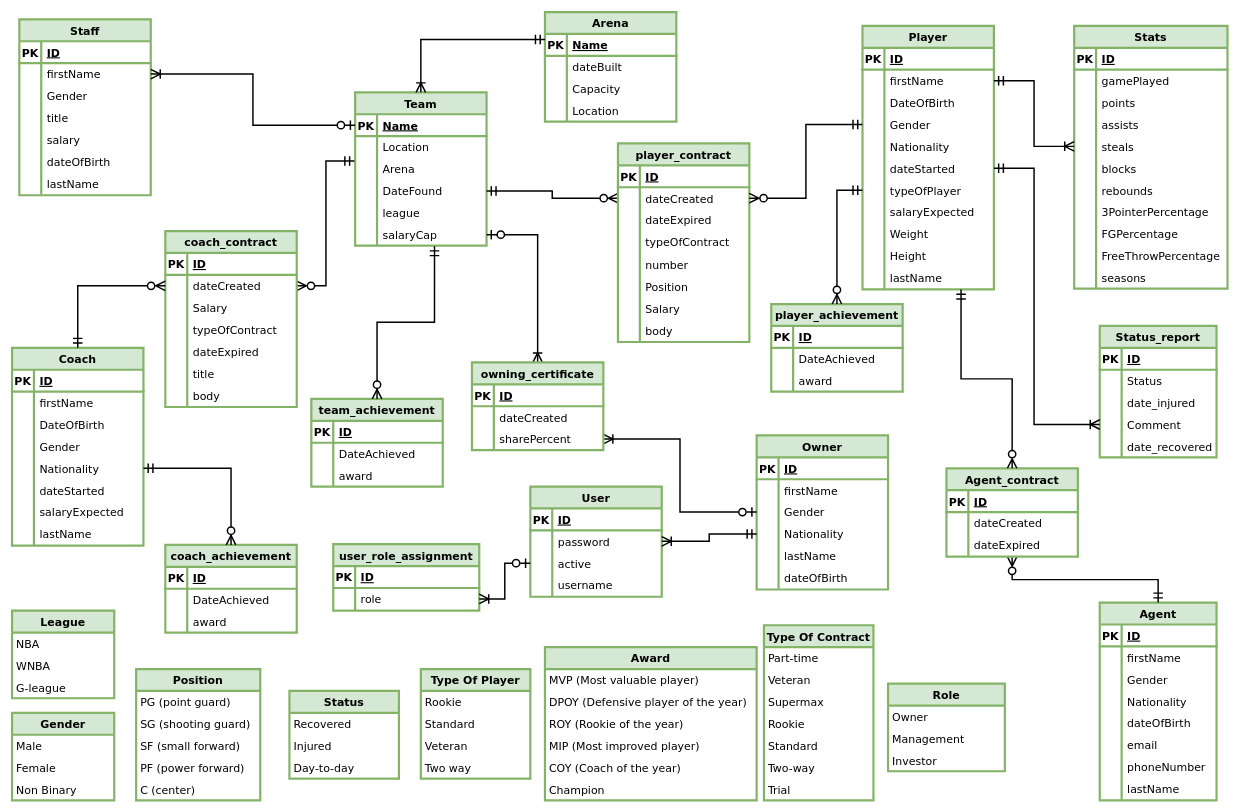
nvat96/basketballTeamManagement keeps this draw.io diagram as Basketball Team Management.drawio. Above is the earlier version. Source tidied: cells renumbered, new cells numbered last; positions are measured from the earlier drawing's top-left corner, leaving out a move shared by most shapes. Both pictures are drawn from the tidied source at 73%, with x=0, y=0 at pixel (12, 12).
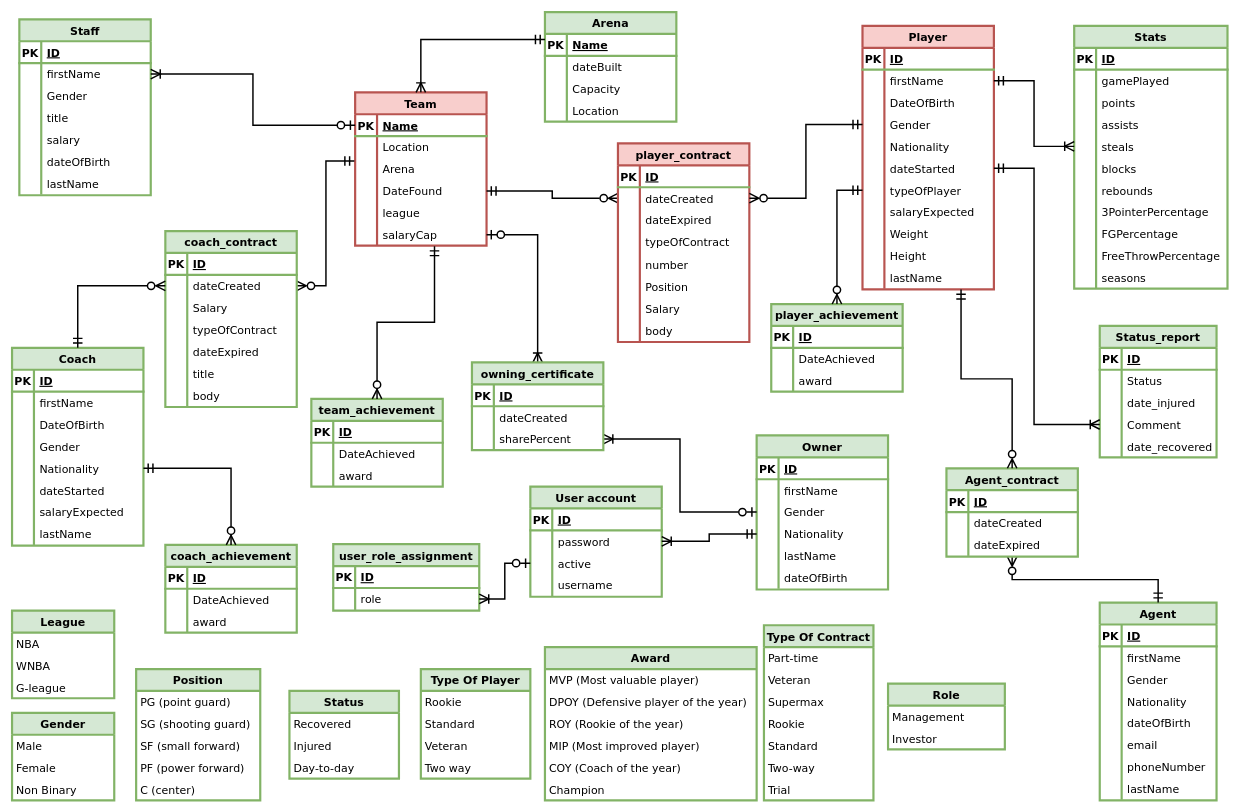
Above is the later version.

The edit, as a diff of the source:
```diff
@@
-    <mxCell id="2" value="Team" style="shape=table;startSize=30;childLayout=tableLayout;rowLines=0;fontStyle=1;align=center;rounded=0;fontFamily=Verdana;fontSize=15;fontColor=default;strokeColor=#82b366;strokeWidth=3;fillColor=#d5e8d4;swimlaneLine=1;shadow=0;sketch=0;" parent="1" vertex="1">
+    <mxCell id="2" value="Team" style="shape=table;startSize=30;childLayout=tableLayout;rowLines=0;fontStyle=1;align=center;rounded=0;fontFamily=Verdana;fontSize=15;strokeColor=#b85450;strokeWidth=3;fillColor=#f8cecc;swimlaneLine=1;shadow=0;sketch=0;" parent="1" vertex="1">
       <mxGeometry x="470" y="110" width="180" height="210" as="geometry" />
     </mxCell>
@@
-    <mxCell id="21" value="Player" style="shape=table;startSize=30;childLayout=tableLayout;rowLines=0;fontStyle=1;align=center;rounded=0;shadow=0;sketch=0;fontFamily=Verdana;fontSize=15;fontColor=default;strokeColor=#82b366;strokeWidth=3;fillColor=#d5e8d4;" parent="1" vertex="1">
+    <mxCell id="21" value="Player" style="shape=table;startSize=30;childLayout=tableLayout;rowLines=0;fontStyle=1;align=center;rounded=0;shadow=0;sketch=0;fontFamily=Verdana;fontSize=15;strokeColor=#b85450;strokeWidth=3;fillColor=#f8cecc;" parent="1" vertex="1">
       <mxGeometry x="1165" y="19" width="180" height="361" as="geometry" />
     </mxCell>
@@
-    <mxCell id="269" value="player_contract" style="shape=table;startSize=30;childLayout=tableLayout;rowLines=0;fontStyle=1;align=center;rounded=0;shadow=0;sketch=0;fontFamily=Verdana;fontSize=15;fontColor=default;strokeColor=#82b366;strokeWidth=3;fillColor=#d5e8d4;" parent="1" vertex="1">
+    <mxCell id="269" value="player_contract" style="shape=table;startSize=30;childLayout=tableLayout;rowLines=0;fontStyle=1;align=center;rounded=0;shadow=0;sketch=0;fontFamily=Verdana;fontSize=15;strokeColor=#b85450;strokeWidth=3;fillColor=#f8cecc;" parent="1" vertex="1">
       <mxGeometry x="830" y="180" width="180" height="272" as="geometry" />
     </mxCell>
@@
-    <mxCell id="344" value="User" style="shape=table;startSize=30;childLayout=tableLayout;rowLines=0;fontStyle=1;align=center;rounded=0;shadow=0;sketch=0;fontFamily=Verdana;fontSize=15;fontColor=default;strokeColor=#82b366;strokeWidth=3;fillColor=#d5e8d4;" parent="1" vertex="1">
+    <mxCell id="344" value="User account" style="shape=table;startSize=30;childLayout=tableLayout;rowLines=0;fontStyle=1;align=center;rounded=0;shadow=0;sketch=0;fontFamily=Verdana;fontSize=15;fontColor=default;strokeColor=#82b366;strokeWidth=3;fillColor=#d5e8d4;" parent="1" vertex="1">
       <mxGeometry x="710" y="650" width="180" height="151" as="geometry" />
     </mxCell>
@@
     <mxCell id="381" value="Role" style="swimlane;fontStyle=1;horizontal=1;startSize=30;rounded=0;shadow=0;sketch=0;fontFamily=Verdana;fontSize=15;fontColor=default;strokeColor=#82b366;strokeWidth=3;fillColor=#d5e8d4;" parent="1" vertex="1">
-      <mxGeometry x="1200" y="920" width="160" height="120" as="geometry" />
+      <mxGeometry x="1200" y="920" width="160" height="90" as="geometry" />
     </mxCell>
-    <mxCell id="382" value="Owner" style="text;strokeColor=none;fillColor=none;align=left;verticalAlign=middle;spacingLeft=4;spacingRight=4;overflow=hidden;rounded=0;shadow=0;sketch=0;fontFamily=Verdana;fontSize=15;fontColor=default;startSize=30;" parent="381" vertex="1">
-      <mxGeometry y="30" width="160" height="30" as="geometry" />
-    </mxCell>
     <mxCell id="383" value="Management" style="text;strokeColor=none;fillColor=none;align=left;verticalAlign=middle;spacingLeft=4;spacingRight=4;overflow=hidden;rounded=0;shadow=0;sketch=0;fontFamily=Verdana;fontSize=15;fontColor=default;startSize=30;" parent="381" vertex="1">
-      <mxGeometry y="60" width="160" height="30" as="geometry" />
+      <mxGeometry y="30" width="160" height="30" as="geometry" />
     </mxCell>
     <mxCell id="384" value="Investor" style="text;strokeColor=none;fillColor=none;align=left;verticalAlign=middle;spacingLeft=4;spacingRight=4;overflow=hidden;rounded=0;shadow=0;sketch=0;fontFamily=Verdana;fontSize=15;fontColor=default;startSize=30;" parent="381" vertex="1">
-      <mxGeometry y="90" width="160" height="30" as="geometry" />
+      <mxGeometry y="60" width="160" height="30" as="geometry" />
     </mxCell>
```
